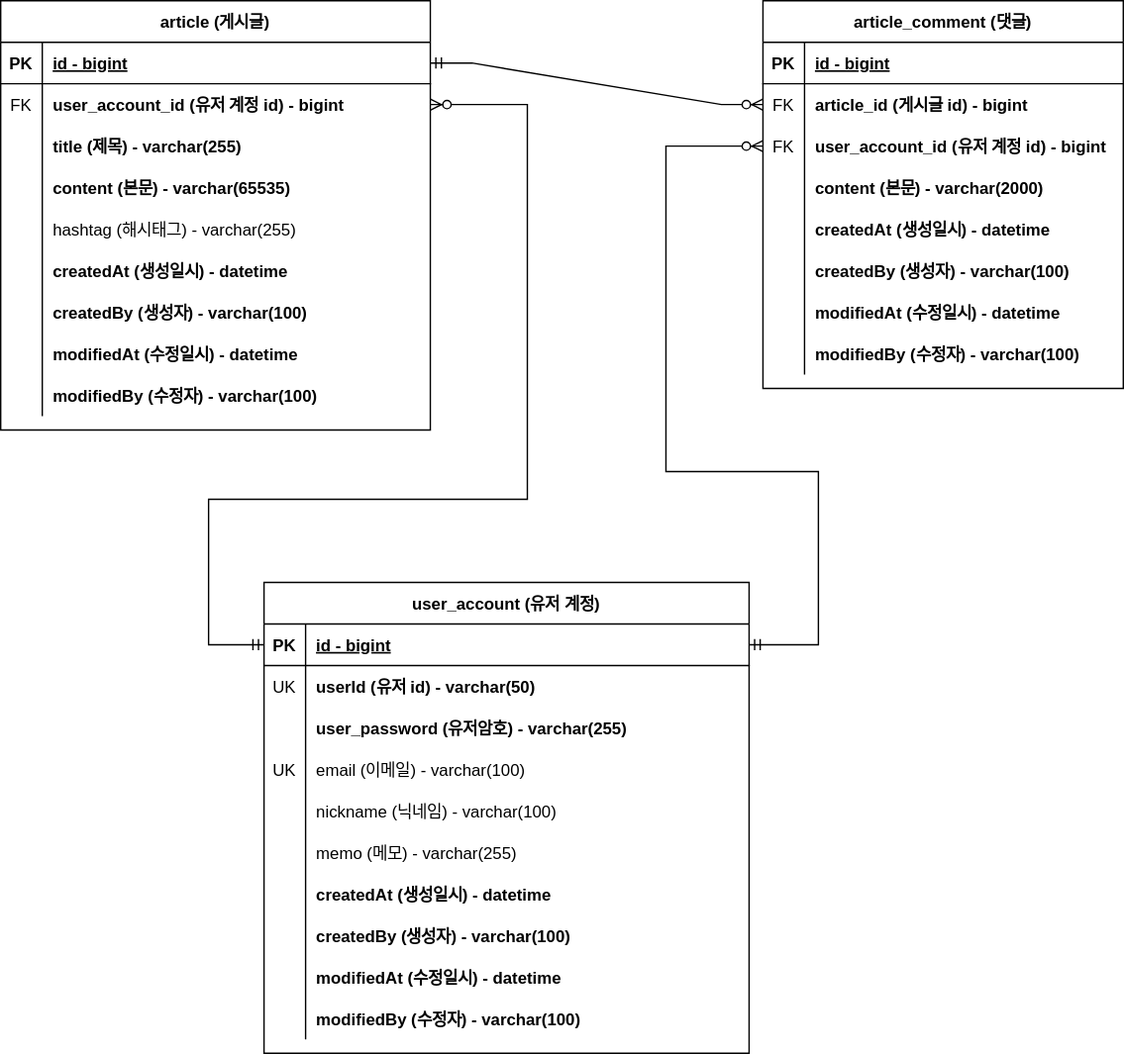
This is document/project-board.svg from GGHDMS/board-project, a draw.io export, as it was before one commit. Source tidied: cells renumbered, new cells last; positions are measured from the earlier drawing's top-left corner, leaving out a move shared by most shapes.
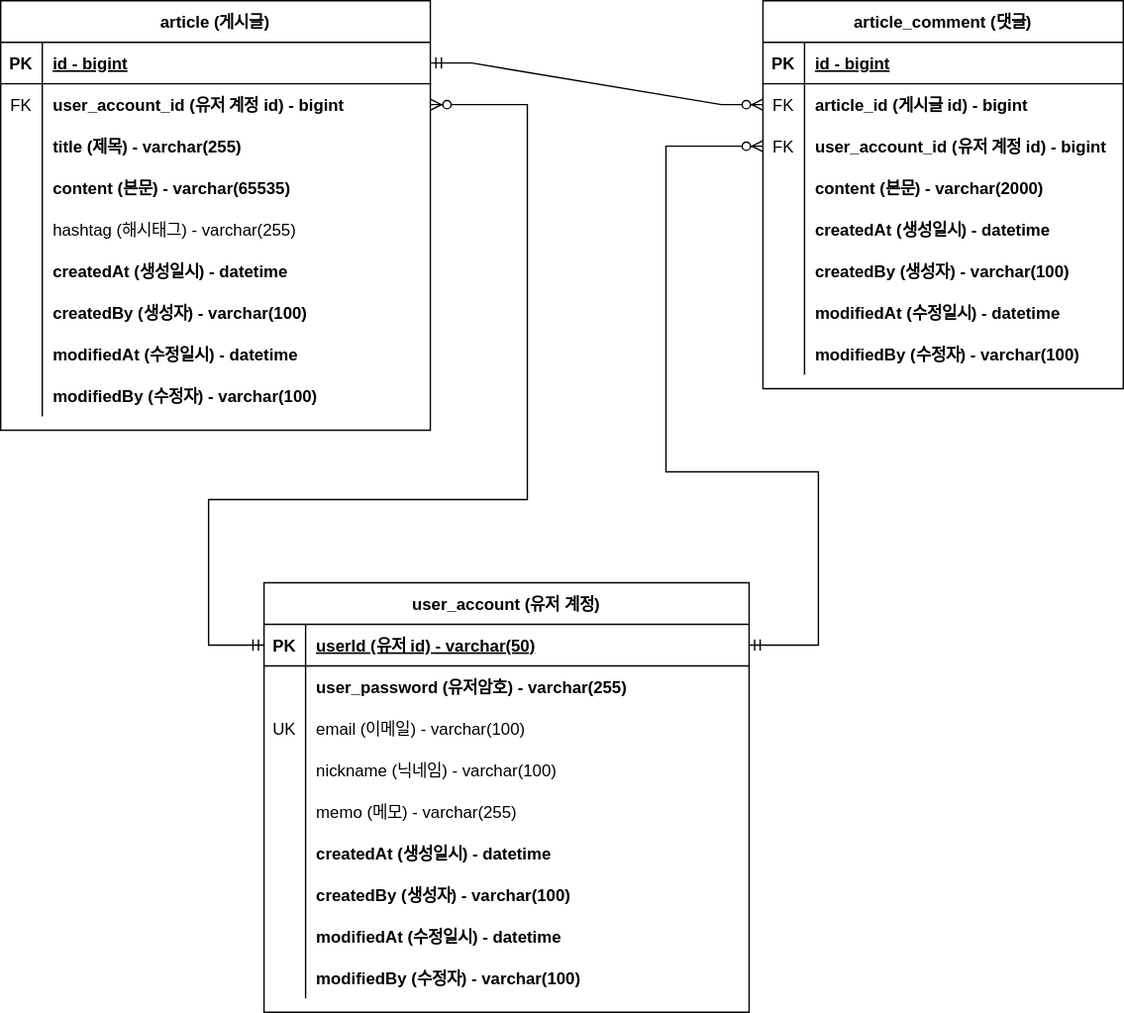
After the change.

Commit message:
PK를 userId로 변경

Change to the diagram source:
```diff
@@ -165,7 +165,7 @@
       <mxGeometry relative="1" as="geometry" />
     </mxCell>
     <mxCell id="56" value="user_account (유저 계정)" style="shape=table;startSize=30;rowLines=0;fontStyle=1;align=center;" parent="1" vertex="1">
-      <mxGeometry x="190" y="420" width="350" height="340" as="geometry" />
+      <mxGeometry x="190" y="420" width="350" height="310" as="geometry" />
     </mxCell>
     <mxCell id="57" style="shape=tableRow;horizontal=0;startSize=0;swimlaneHead=0;swimlaneBody=0;fillColor=none;points=[[0,0.5],[1,0.5]];portConstraint=eastwest;top=0;left=0;right=0;bottom=1;" parent="56" vertex="1">
       <mxGeometry y="30" width="350" height="30" as="geometry" />
@@ -173,20 +173,11 @@
     <mxCell id="58" value="PK" style="shape=partialRectangle;fillColor=none;top=0;left=0;bottom=0;right=0;fontStyle=1;overflow=hidden;" parent="57" vertex="1">
       <mxGeometry width="30" height="30" as="geometry" />
     </mxCell>
-    <mxCell id="59" value="id - bigint" style="shape=partialRectangle;fillColor=none;top=0;left=0;bottom=0;right=0;align=left;spacingLeft=6;fontStyle=5;overflow=hidden;" parent="57" vertex="1">
+    <mxCell id="59" value="userId (유저 id) - varchar(50)" style="shape=partialRectangle;fillColor=none;top=0;left=0;bottom=0;right=0;align=left;spacingLeft=6;fontStyle=5;overflow=hidden;" parent="57" vertex="1">
       <mxGeometry x="30" width="320" height="30" as="geometry" />
     </mxCell>
-    <mxCell id="60" style="shape=tableRow;horizontal=0;startSize=0;swimlaneHead=0;swimlaneBody=0;fillColor=none;top=0;left=0;right=0;bottom=0;" parent="56" vertex="1">
-      <mxGeometry y="60" width="350" height="30" as="geometry" />
-    </mxCell>
-    <mxCell id="61" value="UK" style="shape=partialRectangle;fillColor=none;top=0;left=0;bottom=0;right=0;overflow=hidden;" parent="60" vertex="1">
-      <mxGeometry width="30" height="30" as="geometry" />
-    </mxCell>
-    <mxCell id="62" value="userId (유저 id) - varchar(50)" style="shape=partialRectangle;fillColor=none;top=0;left=0;bottom=0;right=0;align=left;spacingLeft=6;overflow=hidden;fontStyle=1;" parent="60" vertex="1">
-      <mxGeometry x="30" width="320" height="30" as="geometry" />
-    </mxCell>
     <mxCell id="63" style="shape=tableRow;horizontal=0;startSize=0;swimlaneHead=0;swimlaneBody=0;fillColor=none;top=0;left=0;right=0;bottom=0;" parent="56" vertex="1">
-      <mxGeometry y="90" width="350" height="30" as="geometry" />
+      <mxGeometry y="60" width="350" height="30" as="geometry" />
     </mxCell>
     <mxCell id="64" style="shape=partialRectangle;fillColor=none;top=0;left=0;bottom=0;right=0;overflow=hidden;" parent="63" vertex="1">
       <mxGeometry width="30" height="30" as="geometry" />
@@ -195,7 +186,7 @@
       <mxGeometry x="30" width="320" height="30" as="geometry" />
     </mxCell>
     <mxCell id="66" style="shape=tableRow;horizontal=0;startSize=0;swimlaneHead=0;swimlaneBody=0;fillColor=none;top=0;left=0;right=0;bottom=0;" parent="56" vertex="1">
-      <mxGeometry y="120" width="350" height="30" as="geometry" />
+      <mxGeometry y="90" width="350" height="30" as="geometry" />
     </mxCell>
     <mxCell id="67" value="UK" style="shape=partialRectangle;fillColor=none;top=0;left=0;bottom=0;right=0;overflow=hidden;" parent="66" vertex="1">
       <mxGeometry width="30" height="30" as="geometry" />
@@ -204,7 +195,7 @@
       <mxGeometry x="30" width="320" height="30" as="geometry" />
     </mxCell>
     <mxCell id="69" style="shape=tableRow;horizontal=0;startSize=0;swimlaneHead=0;swimlaneBody=0;fillColor=none;top=0;left=0;right=0;bottom=0;" parent="56" vertex="1">
-      <mxGeometry y="150" width="350" height="30" as="geometry" />
+      <mxGeometry y="120" width="350" height="30" as="geometry" />
     </mxCell>
     <mxCell id="70" style="shape=partialRectangle;fillColor=none;top=0;left=0;bottom=0;right=0;overflow=hidden;" parent="69" vertex="1">
       <mxGeometry width="30" height="30" as="geometry" />
@@ -213,7 +204,7 @@
       <mxGeometry x="30" width="320" height="30" as="geometry" />
     </mxCell>
     <mxCell id="72" style="shape=tableRow;horizontal=0;startSize=0;swimlaneHead=0;swimlaneBody=0;fillColor=none;top=0;left=0;right=0;bottom=0;" parent="56" vertex="1">
-      <mxGeometry y="180" width="350" height="30" as="geometry" />
+      <mxGeometry y="150" width="350" height="30" as="geometry" />
     </mxCell>
     <mxCell id="73" style="shape=partialRectangle;fillColor=none;top=0;left=0;bottom=0;right=0;overflow=hidden;" parent="72" vertex="1">
       <mxGeometry width="30" height="30" as="geometry" />
@@ -222,7 +213,7 @@
       <mxGeometry x="30" width="320" height="30" as="geometry" />
     </mxCell>
     <mxCell id="75" style="shape=tableRow;horizontal=0;startSize=0;swimlaneHead=0;swimlaneBody=0;fillColor=none;top=0;left=0;right=0;bottom=0;" parent="56" vertex="1">
-      <mxGeometry y="210" width="350" height="30" as="geometry" />
+      <mxGeometry y="180" width="350" height="30" as="geometry" />
     </mxCell>
     <mxCell id="76" style="shape=partialRectangle;fillColor=none;top=0;left=0;bottom=0;right=0;overflow=hidden;" parent="75" vertex="1">
       <mxGeometry width="30" height="30" as="geometry" />
@@ -231,7 +222,7 @@
       <mxGeometry x="30" width="320" height="30" as="geometry" />
     </mxCell>
     <mxCell id="78" style="shape=tableRow;horizontal=0;startSize=0;swimlaneHead=0;swimlaneBody=0;fillColor=none;top=0;left=0;right=0;bottom=0;" parent="56" vertex="1">
-      <mxGeometry y="240" width="350" height="30" as="geometry" />
+      <mxGeometry y="210" width="350" height="30" as="geometry" />
     </mxCell>
     <mxCell id="79" style="shape=partialRectangle;fillColor=none;top=0;left=0;bottom=0;right=0;overflow=hidden;" parent="78" vertex="1">
       <mxGeometry width="30" height="30" as="geometry" />
@@ -240,7 +231,7 @@
       <mxGeometry x="30" width="320" height="30" as="geometry" />
     </mxCell>
     <mxCell id="81" style="shape=tableRow;horizontal=0;startSize=0;swimlaneHead=0;swimlaneBody=0;fillColor=none;top=0;left=0;right=0;bottom=0;" parent="56" vertex="1">
-      <mxGeometry y="270" width="350" height="30" as="geometry" />
+      <mxGeometry y="240" width="350" height="30" as="geometry" />
     </mxCell>
     <mxCell id="82" style="shape=partialRectangle;fillColor=none;top=0;left=0;bottom=0;right=0;overflow=hidden;" parent="81" vertex="1">
       <mxGeometry width="30" height="30" as="geometry" />
@@ -249,7 +240,7 @@
       <mxGeometry x="30" width="320" height="30" as="geometry" />
     </mxCell>
     <mxCell id="84" style="shape=tableRow;horizontal=0;startSize=0;swimlaneHead=0;swimlaneBody=0;fillColor=none;top=0;left=0;right=0;bottom=0;" parent="56" vertex="1">
-      <mxGeometry y="300" width="350" height="30" as="geometry" />
+      <mxGeometry y="270" width="350" height="30" as="geometry" />
     </mxCell>
     <mxCell id="85" style="shape=partialRectangle;fillColor=none;top=0;left=0;bottom=0;right=0;overflow=hidden;" parent="84" vertex="1">
       <mxGeometry width="30" height="30" as="geometry" />
```
